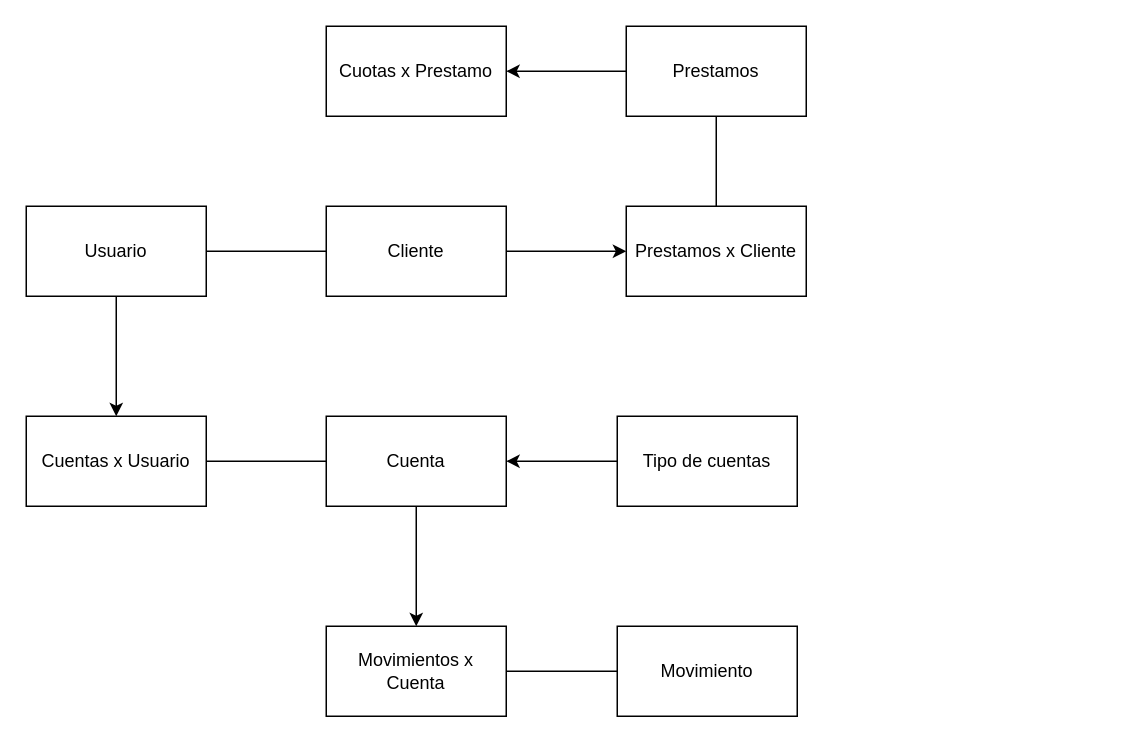
Above: Documentación/DER.drawio in AxelNegro/Banco_Laboratorio_V (draw.io), before the change. Source tidied: cells renumbered, new cells numbered last; positions are measured from the earlier drawing's top-left corner, leaving out a move shared by most shapes. Both pictures are drawn from the tidied source at 150%, with x=0, y=0 at pixel (26, 26).
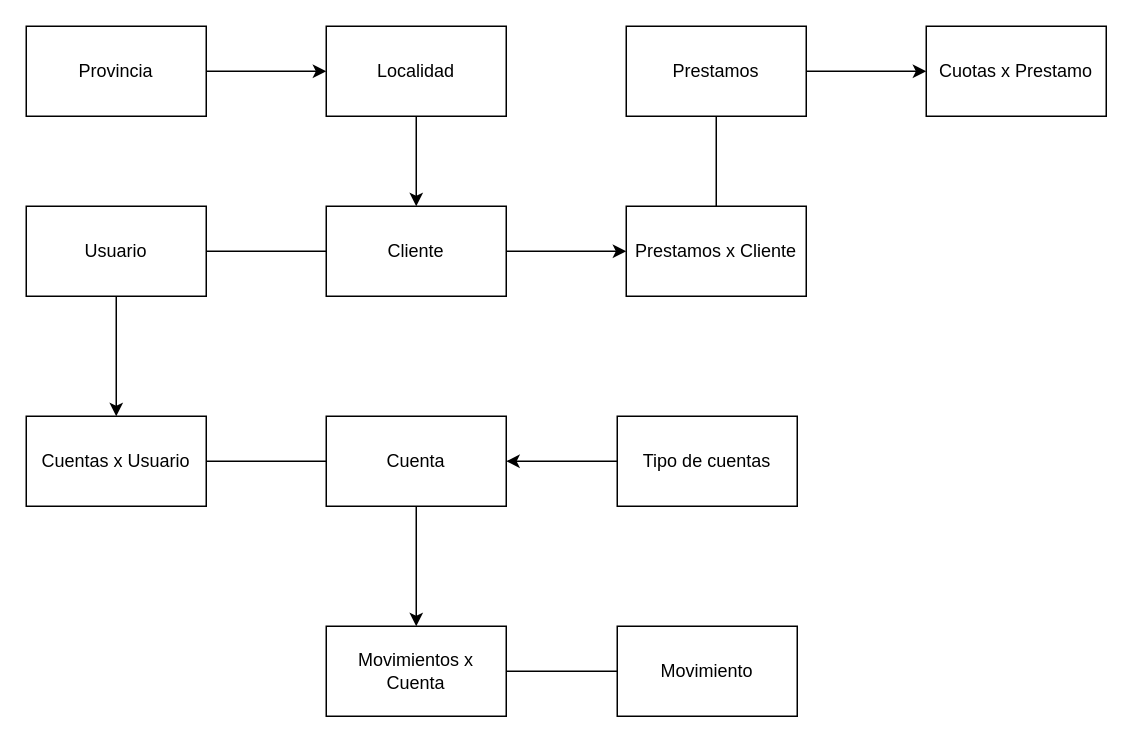
Above is the later version.

Commit message (it also covers changes not shown here):
Actualizacion de documentación

The change refers to these unchanged cells:
```xml
<mxCell id="3" value="&lt;div&gt;Cliente&lt;/div&gt;" style="rounded=0;whiteSpace=wrap;html=1;" parent="1" vertex="1">
  <mxGeometry x="200" y="120" width="120" height="60" as="geometry" />
</mxCell>
```

Change to the diagram source:
```diff
@@
     <mxCell id="8" value="Cuotas x Prestamo" style="rounded=0;whiteSpace=wrap;html=1;" parent="1" vertex="1">
-      <mxGeometry x="200" width="120" height="60" as="geometry" />
+      <mxGeometry x="600" width="120" height="60" as="geometry" />
     </mxCell>
@@
+    <mxCell id="21" style="edgeStyle=orthogonalEdgeStyle;rounded=0;jettySize=auto;html=1;entryX=0.5;entryY=0;entryDx=0;entryDy=0;" parent="1" edge="1" source="22" target="3">
+      <mxGeometry relative="1" as="geometry" />
+    </mxCell>
+    <mxCell id="22" value="Localidad" style="rounded=0;whiteSpace=wrap;html=1;" parent="1" vertex="1">
+      <mxGeometry x="200" width="120" height="60" as="geometry" />
+    </mxCell>
+    <mxCell id="23" style="edgeStyle=orthogonalEdgeStyle;rounded=0;jettySize=auto;html=1;" parent="1" edge="1" source="24" target="22">
+      <mxGeometry relative="1" as="geometry" />
+    </mxCell>
+    <mxCell id="24" value="Provincia" style="rounded=0;whiteSpace=wrap;html=1;" parent="1" vertex="1">
+      <mxGeometry width="120" height="60" as="geometry" />
+    </mxCell>
```
